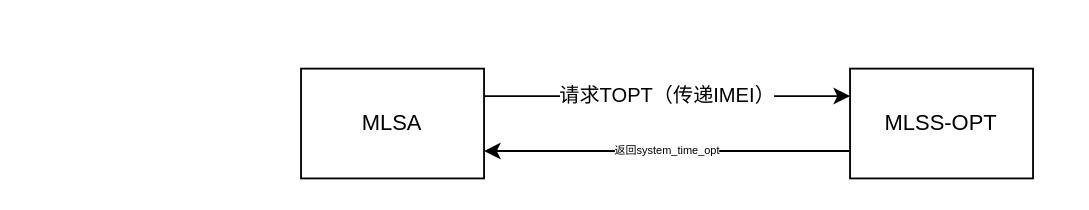
This is MLSA流程图1.drawio from buff0000/draw.io, a draw.io file, before an edit. Source tidied: cells renumbered, new cells numbered last; positions are measured from the earlier drawing's top-left corner, leaving out a move shared by most shapes. Both pictures are drawn from the tidied source at 183%, with x=0, y=0 at pixel (300, 68).
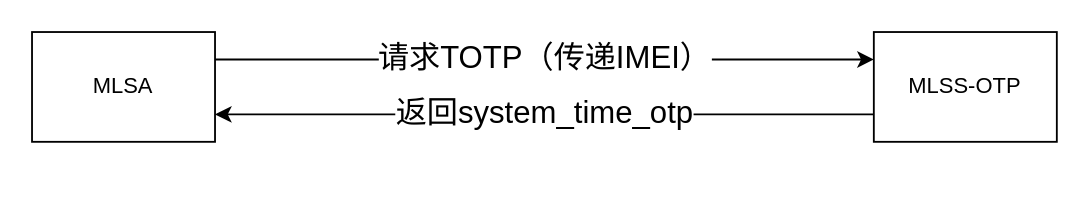
The same page after the edit.

What changed in the source:
```diff
@@
 <mxGraphModel>
   <root>
     <mxCell id="0" />
     <mxCell id="1" parent="0" />
-    <mxCell id="2" value="返回system_time_opt" style="edgeStyle=orthogonalEdgeStyle;rounded=0;jettySize=auto;html=1;exitX=0;exitY=0.75;exitDx=0;exitDy=0;entryX=1;entryY=0.75;entryDx=0;entryDy=0;fontSize=6;" parent="1" edge="1" source="3" target="5">
+    <mxCell id="2" value="返回system_time_otp" style="edgeStyle=orthogonalEdgeStyle;rounded=0;jettySize=auto;html=1;exitX=0;exitY=0.75;exitDx=0;exitDy=0;entryX=1;entryY=0.75;entryDx=0;entryDy=0;fontSize=17;" parent="1" edge="1" source="3" target="5">
       <mxGeometry relative="1" as="geometry" />
     </mxCell>
-    <mxCell id="3" value="MLSS-OPT" style="rounded=0;whiteSpace=wrap;html=1;" parent="1" vertex="1">
-      <mxGeometry x="300" width="100" height="60" as="geometry" />
+    <mxCell id="3" value="MLSS-OTP" style="rounded=0;whiteSpace=wrap;html=1;" parent="1" vertex="1">
+      <mxGeometry x="313" y="-20" width="100" height="60" as="geometry" />
     </mxCell>
-    <mxCell id="4" value="请求TOPT（传递IMEI）" style="edgeStyle=orthogonalEdgeStyle;rounded=0;jettySize=auto;html=1;exitX=1;exitY=0.25;exitDx=0;exitDy=0;entryX=0;entryY=0.25;entryDx=0;entryDy=0;" parent="1" edge="1" source="5" target="3">
+    <mxCell id="4" value="请求TOTP（传递IMEI）" style="edgeStyle=orthogonalEdgeStyle;rounded=0;jettySize=auto;html=1;exitX=1;exitY=0.25;exitDx=0;exitDy=0;entryX=0;entryY=0.25;entryDx=0;entryDy=0;fontSize=17;" parent="1" edge="1" source="5" target="3">
       <mxGeometry relative="1" as="geometry" />
     </mxCell>
     <mxCell id="5" value="MLSA" style="rounded=0;whiteSpace=wrap;html=1;" parent="1" vertex="1">
-      <mxGeometry width="100" height="60" as="geometry" />
+      <mxGeometry x="-147" y="-20" width="100" height="60" as="geometry" />
     </mxCell>
   </root>
 </mxGraphModel>
```
